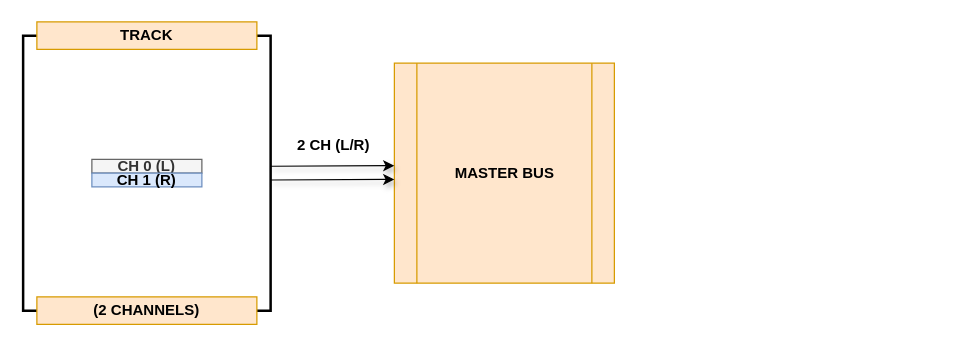
Above: diagrams/signal-flow-basic-stereo.drawio in chrisanthropic/LinuxMusicProduction (draw.io), before the change. Source tidied: cells renumbered, new cells numbered last; positions are measured from the earlier drawing's top-left corner, leaving out a move shared by most shapes. Both pictures are drawn from the tidied source at 125%, with x=0, y=0 at pixel (22, 21).
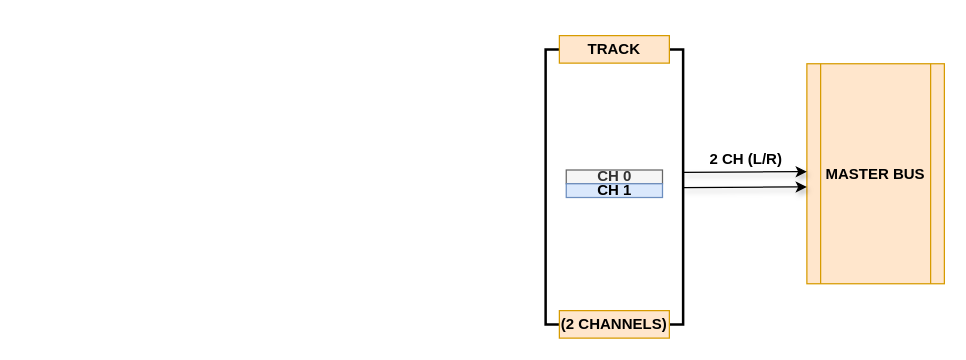
The same diagram, later.

Commit message (it also covers changes not shown here):
adds signal flow for aux send with subgroup and effects send

Change to the diagram source:
```diff
@@
 <mxGraphModel>
   <root>
     <mxCell id="0" />
     <mxCell id="1" parent="0" />
     <mxCell id="2" value="&lt;b&gt;MASTER BUS&lt;/b&gt;" style="shape=process;whiteSpace=wrap;html=1;backgroundOutline=1;fillColor=#ffe6cc;strokeColor=#d79b00;" parent="1" vertex="1">
-      <mxGeometry x="297" y="33" width="176" height="176" as="geometry" />
+      <mxGeometry x="627" y="33.5" width="110" height="176" as="geometry" />
     </mxCell>
-    <mxCell id="3" value="&lt;b&gt;CH 0&lt;/b&gt; &lt;b&gt;(L)&lt;/b&gt;" style="rounded=0;whiteSpace=wrap;html=1;fillColor=#f5f5f5;strokeColor=#666666;fontColor=#333333;" parent="1" vertex="1">
-      <mxGeometry x="55" y="110" width="88" height="11" as="geometry" />
+    <mxCell id="3" value="&lt;b&gt;CH 0&lt;/b&gt;" style="rounded=0;whiteSpace=wrap;html=1;fillColor=#f5f5f5;strokeColor=#666666;fontColor=#333333;" parent="1" vertex="1">
+      <mxGeometry x="434.5" y="118.5" width="77" height="11" as="geometry" />
     </mxCell>
-    <mxCell id="4" value="&lt;b&gt;CH 1 (R)&lt;/b&gt;" style="rounded=0;whiteSpace=wrap;html=1;fillColor=#dae8fc;strokeColor=#6c8ebf;" parent="1" vertex="1">
-      <mxGeometry x="55" y="121" width="88" height="11" as="geometry" />
+    <mxCell id="4" value="&lt;b&gt;CH 1&lt;br&gt;&lt;/b&gt;" style="rounded=0;whiteSpace=wrap;html=1;fillColor=#dae8fc;strokeColor=#6c8ebf;" parent="1" vertex="1">
+      <mxGeometry x="434.5" y="129.5" width="77" height="11" as="geometry" />
     </mxCell>
     <mxCell id="5" style="strokeWidth=2;html=1;shape=mxgraph.flowchart.annotation_1;align=left;labelBackgroundColor=none;fontColor=#000000;" parent="1" vertex="1">
-      <mxGeometry y="11" width="22" height="220" as="geometry" />
+      <mxGeometry x="418" y="22" width="22" height="220" as="geometry" />
     </mxCell>
     <mxCell id="6" style="strokeWidth=2;html=1;shape=mxgraph.flowchart.annotation_1;align=left;labelBackgroundColor=none;fontColor=#000000;rotation=-180;" parent="1" vertex="1">
-      <mxGeometry x="176" y="11" width="22" height="220" as="geometry" />
+      <mxGeometry x="506" y="22" width="22" height="220" as="geometry" />
     </mxCell>
     <mxCell id="7" value="&lt;b&gt;TRACK&lt;/b&gt;" style="rounded=0;whiteSpace=wrap;html=1;labelBackgroundColor=none;fillColor=#ffe6cc;strokeColor=#d79b00;" parent="1" vertex="1">
-      <mxGeometry x="11" width="176" height="22" as="geometry" />
+      <mxGeometry x="429" y="11" width="88" height="22" as="geometry" />
     </mxCell>
     <mxCell id="8" value="&lt;b&gt;(2 CHANNELS)&lt;/b&gt;" style="rounded=0;whiteSpace=wrap;html=1;labelBackgroundColor=none;fillColor=#ffe6cc;strokeColor=#d79b00;" parent="1" vertex="1">
-      <mxGeometry x="11" y="220" width="176" height="22" as="geometry" />
+      <mxGeometry x="429" y="231" width="88" height="22" as="geometry" />
     </mxCell>
+    <mxCell id="12" style="endArrow=classic;html=1;shadow=1;strokeColor=#000000;fontColor=#000000;" parent="1" edge="1">
+      <mxGeometry relative="1" as="geometry">
+        <mxPoint x="528" y="132.6" as="sourcePoint" />
+        <mxPoint x="627" y="132" as="targetPoint" />
+      </mxGeometry>
+    </mxCell>
+    <mxCell id="13" style="endArrow=classic;html=1;shadow=1;fontColor=#000000;fillColor=none;" parent="1" edge="1">
+      <mxGeometry relative="1" as="geometry">
+        <mxPoint x="528" y="120.4" as="sourcePoint" />
+        <mxPoint x="627" y="119.8" as="targetPoint" />
+      </mxGeometry>
+    </mxCell>
     <mxCell id="9" value="&lt;b&gt;2 CH (L/R)&lt;/b&gt;" style="text;html=1;align=center;verticalAlign=middle;fontColor=#000000;" parent="1" vertex="1">
-      <mxGeometry x="209" y="88" width="77" height="22" as="geometry" />
+      <mxGeometry x="539" y="99" width="77" height="22" as="geometry" />
     </mxCell>
-    <mxCell id="10" style="endArrow=classic;html=1;shadow=1;fontColor=#000000;fillColor=none;entryX=0;entryY=0.466;entryDx=0;entryDy=0;entryPerimeter=0;" parent="1" edge="1" target="2">
-      <mxGeometry relative="1" as="geometry">
-        <mxPoint x="198" y="115.5" as="sourcePoint" />
-      </mxGeometry>
-    </mxCell>
-    <mxCell id="11" style="endArrow=classic;html=1;shadow=1;fontColor=#000000;fillColor=none;entryX=0;entryY=0.466;entryDx=0;entryDy=0;entryPerimeter=0;" parent="1" edge="1">
-      <mxGeometry relative="1" as="geometry">
-        <mxPoint x="198" y="126.5" as="sourcePoint" />
-        <mxPoint x="297" y="126" as="targetPoint" />
-      </mxGeometry>
-    </mxCell>
   </root>
 </mxGraphModel>
```
